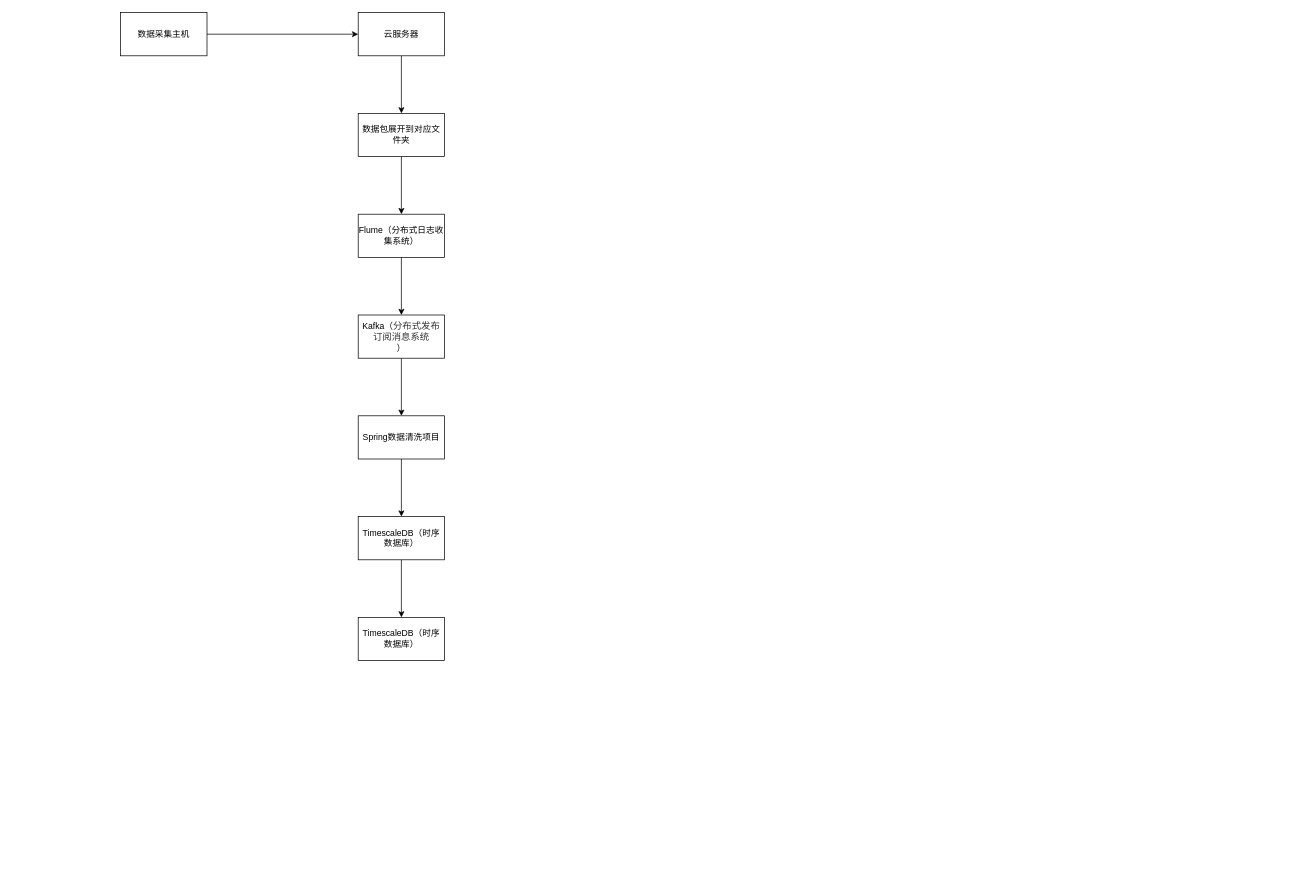
Earlier version of the draw.io diagram page "技术图" (2 of 4) of microgrid.drawio (Standstill/DrawIO). Source tidied: cells renumbered, new cells numbered last; positions are measured from the earlier drawing's top-left corner, leaving out a move shared by most shapes. Both pictures are drawn from the tidied source at 72%, with x=0, y=0 at pixel (120, 12).
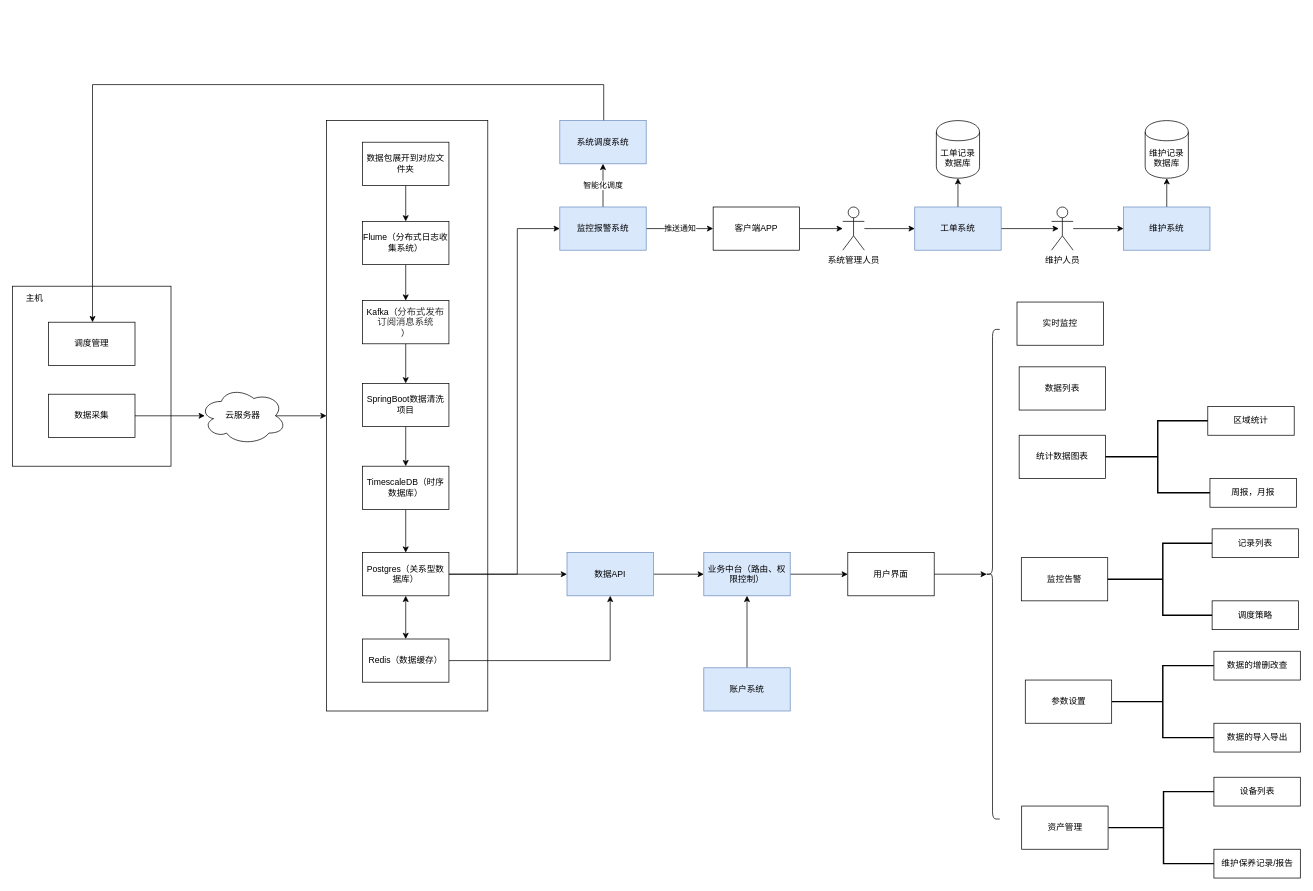
The same page after the edit.

Diff of the diagram source:
```diff
@@
+    <mxCell id="17" value="&lt;div&gt;&lt;br&gt;&lt;/div&gt;" style="rounded=0;whiteSpace=wrap;html=1;align=left;" parent="1" vertex="1">
+      <mxGeometry x="286" y="150" width="224" height="820" as="geometry" />
+    </mxCell>
+    <mxCell id="18" value="&lt;div&gt;&lt;span&gt;&amp;nbsp; &amp;nbsp; &amp;nbsp;主机&lt;/span&gt;&lt;/div&gt;&lt;br&gt;&lt;br&gt;&lt;br&gt;&lt;br&gt;&lt;br&gt;&lt;br&gt;&lt;br&gt;&lt;br&gt;&lt;br&gt;&lt;br&gt;&lt;br&gt;&lt;br&gt;&lt;br&gt;&lt;br&gt;&lt;div&gt;&lt;br&gt;&lt;/div&gt;" style="rounded=0;whiteSpace=wrap;html=1;align=left;" parent="1" vertex="1">
+      <mxGeometry x="-150" y="380" width="220" height="250" as="geometry" />
+    </mxCell>
-    <mxCell id="2" style="edgeStyle=orthogonalEdgeStyle;rounded=0;jettySize=auto;html=1;" parent="1" edge="1" source="3" target="5">
+    <mxCell id="2" style="edgeStyle=orthogonalEdgeStyle;rounded=0;jettySize=auto;html=1;entryX=0.058;entryY=0.5;entryDx=0;entryDy=0;entryPerimeter=0;" parent="1" edge="1" source="3" target="5">
       <mxGeometry relative="1" as="geometry" />
     </mxCell>
-    <mxCell id="3" value="数据采集主机" style="rounded=0;whiteSpace=wrap;html=1;" parent="1" vertex="1">
-      <mxGeometry width="120" height="60" as="geometry" />
+    <mxCell id="3" value="数据采集" style="rounded=0;whiteSpace=wrap;html=1;" parent="1" vertex="1">
+      <mxGeometry x="-100" y="530" width="120" height="60" as="geometry" />
     </mxCell>
-    <mxCell id="4" style="edgeStyle=orthogonalEdgeStyle;rounded=0;jettySize=auto;html=1;" parent="1" edge="1" source="5" target="7">
-      <mxGeometry relative="1" as="geometry" />
-    </mxCell>
-    <mxCell id="5" value="云服务器" style="rounded=0;whiteSpace=wrap;html=1;" parent="1" vertex="1">
-      <mxGeometry x="330" width="120" height="60" as="geometry" />
-    </mxCell>
@@
     <mxCell id="7" value="数据包展开到对应文件夹" style="rounded=0;whiteSpace=wrap;html=1;" parent="1" vertex="1">
-      <mxGeometry x="330" y="140" width="120" height="60" as="geometry" />
+      <mxGeometry x="336" y="180" width="120" height="60" as="geometry" />
     </mxCell>
@@
     <mxCell id="9" value="Flume（分布式日志收集系统）" style="rounded=0;whiteSpace=wrap;html=1;" parent="1" vertex="1">
-      <mxGeometry x="330" y="280" width="120" height="60" as="geometry" />
+      <mxGeometry x="336" y="290" width="120" height="60" as="geometry" />
     </mxCell>
-    <mxCell id="10" style="edgeStyle=orthogonalEdgeStyle;rounded=0;jettySize=auto;html=1;" parent="1" edge="1" source="11" target="13">
+    <mxCell id="10" style="edgeStyle=orthogonalEdgeStyle;rounded=0;jettySize=auto;html=1;exitX=0.5;exitY=1;exitDx=0;exitDy=0;" parent="1" edge="1" source="11" target="13">
       <mxGeometry relative="1" as="geometry" />
     </mxCell>
     <mxCell id="11" value="Kafka（&lt;span style=&quot;color: rgb(51 , 51 , 51) ; font-family: &amp;#34;arial&amp;#34; ; font-size: 13px ; background-color: rgb(255 , 255 , 255)&quot;&gt;分布式发布订阅消息系统&lt;/span&gt;&lt;br&gt;）" style="rounded=0;whiteSpace=wrap;html=1;" parent="1" vertex="1">
-      <mxGeometry x="330" y="420" width="120" height="60" as="geometry" />
+      <mxGeometry x="336" y="400" width="120" height="60" as="geometry" />
     </mxCell>
-    <mxCell id="12" style="edgeStyle=orthogonalEdgeStyle;rounded=0;jettySize=auto;html=1;" parent="1" edge="1" source="13" target="15">
+    <mxCell id="12" style="edgeStyle=orthogonalEdgeStyle;rounded=0;jettySize=auto;html=1;exitX=0.5;exitY=1;exitDx=0;exitDy=0;entryX=0.5;entryY=0;entryDx=0;entryDy=0;" parent="1" edge="1" source="13" target="15">
       <mxGeometry relative="1" as="geometry" />
     </mxCell>
-    <mxCell id="13" value="Spring数据清洗项目" style="rounded=0;whiteSpace=wrap;html=1;" parent="1" vertex="1">
-      <mxGeometry x="330" y="560" width="120" height="60" as="geometry" />
+    <mxCell id="13" value="SpringBoot数据清洗项目" style="rounded=0;whiteSpace=wrap;html=1;" parent="1" vertex="1">
+      <mxGeometry x="336" y="515" width="120" height="60" as="geometry" />
     </mxCell>
@@
     <mxCell id="15" value="TimescaleDB（时序数据库）" style="rounded=0;whiteSpace=wrap;html=1;" parent="1" vertex="1">
-      <mxGeometry x="330" y="700" width="120" height="60" as="geometry" />
+      <mxGeometry x="336" y="630" width="120" height="60" as="geometry" />
     </mxCell>
+    <mxCell id="19" style="edgeStyle=orthogonalEdgeStyle;rounded=0;jettySize=auto;html=1;" parent="1" edge="1" source="16" target="22">
+      <mxGeometry relative="1" as="geometry" />
+    </mxCell>
+    <mxCell id="20" style="edgeStyle=orthogonalEdgeStyle;rounded=0;jettySize=auto;html=1;exitX=1;exitY=0.5;exitDx=0;exitDy=0;entryX=0;entryY=0.5;entryDx=0;entryDy=0;" parent="1" edge="1" source="16" target="33">
+      <mxGeometry relative="1" as="geometry">
+        <Array as="points">
+          <mxPoint x="551" y="780" />
+          <mxPoint x="551" y="300" />
+        </Array>
+      </mxGeometry>
+    </mxCell>
-    <mxCell id="16" value="TimescaleDB（时序数据库）" style="rounded=0;whiteSpace=wrap;html=1;" parent="1" vertex="1">
-      <mxGeometry x="330" y="840" width="120" height="60" as="geometry" />
+    <mxCell id="16" value="Postgres（关系型数据库）" style="rounded=0;whiteSpace=wrap;html=1;" parent="1" vertex="1">
+      <mxGeometry x="336" y="750" width="120" height="60" as="geometry" />
     </mxCell>
+    <mxCell id="21" style="edgeStyle=orthogonalEdgeStyle;rounded=0;jettySize=auto;html=1;exitX=1;exitY=0.5;exitDx=0;exitDy=0;" parent="1" edge="1" source="22" target="27">
+      <mxGeometry relative="1" as="geometry" />
+    </mxCell>
+    <mxCell id="22" value="数据API" style="rounded=0;whiteSpace=wrap;html=1;fillColor=#dae8fc;strokeColor=#6c8ebf;" parent="1" vertex="1">
+      <mxGeometry x="620" y="750" width="120" height="60" as="geometry" />
+    </mxCell>
+    <mxCell id="23" style="edgeStyle=orthogonalEdgeStyle;rounded=0;jettySize=auto;html=1;exitX=1;exitY=0.5;exitDx=0;exitDy=0;entryX=0.5;entryY=1;entryDx=0;entryDy=0;" parent="1" edge="1" source="24" target="22">
+      <mxGeometry relative="1" as="geometry" />
+    </mxCell>
+    <mxCell id="24" value="Redis（数据缓存）" style="rounded=0;whiteSpace=wrap;html=1;" parent="1" vertex="1">
+      <mxGeometry x="336" y="870" width="120" height="60" as="geometry" />
+    </mxCell>
+    <mxCell id="25" style="edgeStyle=orthogonalEdgeStyle;rounded=0;jettySize=auto;html=1;exitX=0.875;exitY=0.5;exitDx=0;exitDy=0;exitPerimeter=0;" parent="1" edge="1" source="5" target="17">
+      <mxGeometry relative="1" as="geometry" />
+    </mxCell>
+    <mxCell id="5" value="云服务器" style="ellipse;shape=cloud;whiteSpace=wrap;html=1;" parent="1" vertex="1">
+      <mxGeometry x="110" y="520" width="120" height="80" as="geometry" />
+    </mxCell>
+    <mxCell id="26" style="edgeStyle=orthogonalEdgeStyle;rounded=0;jettySize=auto;html=1;" parent="1" edge="1" source="27" target="29">
+      <mxGeometry relative="1" as="geometry" />
+    </mxCell>
+    <mxCell id="27" value="业务中台（路由、权限控制）" style="rounded=0;whiteSpace=wrap;html=1;fillColor=#dae8fc;strokeColor=#6c8ebf;" parent="1" vertex="1">
+      <mxGeometry x="810" y="750" width="120" height="60" as="geometry" />
+    </mxCell>
+    <mxCell id="28" style="edgeStyle=orthogonalEdgeStyle;rounded=0;jettySize=auto;html=1;exitX=1;exitY=0.5;exitDx=0;exitDy=0;entryX=0.1;entryY=0.5;entryDx=0;entryDy=0;entryPerimeter=0;" parent="1" edge="1" source="29" target="68">
+      <mxGeometry relative="1" as="geometry" />
+    </mxCell>
+    <mxCell id="29" value="用户界面" style="rounded=0;whiteSpace=wrap;html=1;" parent="1" vertex="1">
+      <mxGeometry x="1010" y="750" width="120" height="60" as="geometry" />
+    </mxCell>
+    <mxCell id="30" style="endArrow=classic;startArrow=classic;html=1;entryX=0.5;entryY=1;entryDx=0;entryDy=0;exitX=0.5;exitY=0;exitDx=0;exitDy=0;" parent="1" edge="1" source="24" target="16">
+      <mxGeometry relative="1" as="geometry" />
+    </mxCell>
+    <mxCell id="31" value="推送通知" style="edgeStyle=orthogonalEdgeStyle;rounded=0;jettySize=auto;html=1;entryX=0;entryY=0.5;entryDx=0;entryDy=0;" parent="1" edge="1" source="33" target="37">
+      <mxGeometry relative="1" as="geometry" />
+    </mxCell>
+    <mxCell id="32" value="智能化调度" style="edgeStyle=orthogonalEdgeStyle;rounded=0;jettySize=auto;html=1;exitX=0.5;exitY=0;exitDx=0;exitDy=0;entryX=0.5;entryY=1;entryDx=0;entryDy=0;" parent="1" edge="1" source="33" target="35">
+      <mxGeometry relative="1" as="geometry" />
+    </mxCell>
+    <mxCell id="33" value="监控报警系统" style="rounded=0;whiteSpace=wrap;html=1;fillColor=#dae8fc;strokeColor=#6c8ebf;" parent="1" vertex="1">
+      <mxGeometry x="610" y="270" width="120" height="60" as="geometry" />
+    </mxCell>
+    <mxCell id="34" style="edgeStyle=orthogonalEdgeStyle;rounded=0;jettySize=auto;html=1;exitX=0.5;exitY=0;exitDx=0;exitDy=0;" parent="1" edge="1" source="35" target="49">
+      <mxGeometry relative="1" as="geometry">
+        <Array as="points">
+          <mxPoint x="671" y="100" />
+          <mxPoint x="-39" y="100" />
+        </Array>
+      </mxGeometry>
+    </mxCell>
+    <mxCell id="35" value="系统调度系统" style="rounded=0;whiteSpace=wrap;html=1;fillColor=#dae8fc;strokeColor=#6c8ebf;" parent="1" vertex="1">
+      <mxGeometry x="610" y="150" width="120" height="60" as="geometry" />
+    </mxCell>
+    <mxCell id="36" style="edgeStyle=orthogonalEdgeStyle;rounded=0;jettySize=auto;html=1;exitX=1;exitY=0.5;exitDx=0;exitDy=0;" parent="1" edge="1" source="37" target="39">
+      <mxGeometry relative="1" as="geometry" />
+    </mxCell>
+    <mxCell id="37" value="客户端APP" style="rounded=0;whiteSpace=wrap;html=1;" parent="1" vertex="1">
+      <mxGeometry x="823" y="270" width="120" height="60" as="geometry" />
+    </mxCell>
+    <mxCell id="38" style="edgeStyle=orthogonalEdgeStyle;rounded=0;jettySize=auto;html=1;" parent="1" edge="1" source="39" target="42">
+      <mxGeometry relative="1" as="geometry" />
+    </mxCell>
+    <mxCell id="39" value="系统管理人员" style="shape=umlActor;verticalLabelPosition=bottom;labelBackgroundColor=#ffffff;verticalAlign=top;html=1;outlineConnect=0;" parent="1" vertex="1">
+      <mxGeometry x="1003" y="270" width="30" height="60" as="geometry" />
+    </mxCell>
+    <mxCell id="40" style="edgeStyle=orthogonalEdgeStyle;rounded=0;jettySize=auto;html=1;" parent="1" edge="1" source="42">
+      <mxGeometry relative="1" as="geometry">
+        <mxPoint x="1303" y="300" as="targetPoint" />
+      </mxGeometry>
+    </mxCell>
+    <mxCell id="41" style="edgeStyle=orthogonalEdgeStyle;rounded=0;jettySize=auto;html=1;exitX=0.5;exitY=0;exitDx=0;exitDy=0;entryX=0.5;entryY=1;entryDx=0;entryDy=0;" parent="1" edge="1" source="42" target="48">
+      <mxGeometry relative="1" as="geometry" />
+    </mxCell>
+    <mxCell id="42" value="&lt;span style=&quot;white-space: normal&quot;&gt;工单系统&lt;/span&gt;" style="rounded=0;whiteSpace=wrap;html=1;fillColor=#dae8fc;strokeColor=#6c8ebf;" parent="1" vertex="1">
+      <mxGeometry x="1103" y="270" width="120" height="60" as="geometry" />
+    </mxCell>
+    <mxCell id="43" style="edgeStyle=orthogonalEdgeStyle;rounded=0;jettySize=auto;html=1;" parent="1" edge="1" source="44" target="46">
+      <mxGeometry relative="1" as="geometry" />
+    </mxCell>
+    <mxCell id="44" value="维护人员" style="shape=umlActor;verticalLabelPosition=bottom;labelBackgroundColor=#ffffff;verticalAlign=top;html=1;outlineConnect=0;" parent="1" vertex="1">
+      <mxGeometry x="1293" y="270" width="30" height="60" as="geometry" />
+    </mxCell>
+    <mxCell id="45" style="edgeStyle=orthogonalEdgeStyle;rounded=0;jettySize=auto;html=1;" parent="1" edge="1" source="46" target="47">
+      <mxGeometry relative="1" as="geometry" />
+    </mxCell>
+    <mxCell id="46" value="维护系统" style="rounded=0;whiteSpace=wrap;html=1;fillColor=#dae8fc;strokeColor=#6c8ebf;" parent="1" vertex="1">
+      <mxGeometry x="1393" y="270" width="120" height="60" as="geometry" />
+    </mxCell>
+    <mxCell id="47" value="&lt;span style=&quot;white-space: normal&quot;&gt;维护记录数据库&lt;/span&gt;" style="shape=cylinder;whiteSpace=wrap;html=1;boundedLbl=1;backgroundOutline=1;" parent="1" vertex="1">
+      <mxGeometry x="1423" y="150" width="60" height="80" as="geometry" />
+    </mxCell>
+    <mxCell id="48" value="&lt;span style=&quot;white-space: normal&quot;&gt;工单记录数据库&lt;/span&gt;" style="shape=cylinder;whiteSpace=wrap;html=1;boundedLbl=1;backgroundOutline=1;" parent="1" vertex="1">
+      <mxGeometry x="1133" y="150" width="60" height="80" as="geometry" />
+    </mxCell>
+    <mxCell id="49" value="&lt;span style=&quot;white-space: normal&quot;&gt;调度管理&lt;/span&gt;" style="rounded=0;whiteSpace=wrap;html=1;" parent="1" vertex="1">
+      <mxGeometry x="-100" y="430" width="120" height="60" as="geometry" />
+    </mxCell>
+    <mxCell id="50" value="实时监控" style="rounded=0;whiteSpace=wrap;html=1;" parent="1" vertex="1">
+      <mxGeometry x="1245" y="402" width="120" height="60" as="geometry" />
+    </mxCell>
+    <mxCell id="51" value="数据列表" style="rounded=0;whiteSpace=wrap;html=1;" parent="1" vertex="1">
+      <mxGeometry x="1248" y="492" width="120" height="60" as="geometry" />
+    </mxCell>
+    <mxCell id="52" style="strokeWidth=2;html=1;shape=mxgraph.flowchart.annotation_2;align=left;labelPosition=right;rotation=0;" parent="1" vertex="1">
+      <mxGeometry x="1376.5" y="907" width="142" height="100" as="geometry" />
+    </mxCell>
+    <mxCell id="53" value="数据的增删改查" style="rounded=0;whiteSpace=wrap;html=1;" parent="1" vertex="1">
+      <mxGeometry x="1518.5" y="887" width="120" height="40" as="geometry" />
+    </mxCell>
+    <mxCell id="54" value="数据的导入导出" style="rounded=0;whiteSpace=wrap;html=1;" parent="1" vertex="1">
+      <mxGeometry x="1518.5" y="987" width="120" height="40" as="geometry" />
+    </mxCell>
+    <mxCell id="55" value="参数设置" style="rounded=0;whiteSpace=wrap;html=1;" parent="1" vertex="1">
+      <mxGeometry x="1256.5" y="927" width="120" height="60" as="geometry" />
+    </mxCell>
+    <mxCell id="56" value="统计数据图表" style="rounded=0;whiteSpace=wrap;html=1;" parent="1" vertex="1">
+      <mxGeometry x="1248" y="587" width="120" height="60" as="geometry" />
+    </mxCell>
+    <mxCell id="57" style="strokeWidth=2;html=1;shape=mxgraph.flowchart.annotation_2;align=left;labelPosition=right;" parent="1" vertex="1">
+      <mxGeometry x="1368" y="567" width="145" height="100" as="geometry" />
+    </mxCell>
+    <mxCell id="58" value="区域统计" style="rounded=0;whiteSpace=wrap;html=1;" parent="1" vertex="1">
+      <mxGeometry x="1510" y="547" width="120" height="40" as="geometry" />
+    </mxCell>
+    <mxCell id="59" value="周报，月报" style="rounded=0;whiteSpace=wrap;html=1;" parent="1" vertex="1">
+      <mxGeometry x="1513" y="647" width="120" height="40" as="geometry" />
+    </mxCell>
+    <mxCell id="60" value="监控告警" style="rounded=0;whiteSpace=wrap;html=1;" parent="1" vertex="1">
+      <mxGeometry x="1251" y="757" width="120" height="60" as="geometry" />
+    </mxCell>
+    <mxCell id="61" style="strokeWidth=2;html=1;shape=mxgraph.flowchart.annotation_2;align=left;labelPosition=right;" parent="1" vertex="1">
+      <mxGeometry x="1371" y="737" width="153" height="100" as="geometry" />
+    </mxCell>
+    <mxCell id="62" value="记录列表" style="rounded=0;whiteSpace=wrap;html=1;" parent="1" vertex="1">
+      <mxGeometry x="1516" y="717" width="120" height="40" as="geometry" />
+    </mxCell>
+    <mxCell id="63" value="调度策略" style="rounded=0;whiteSpace=wrap;html=1;" parent="1" vertex="1">
+      <mxGeometry x="1516" y="817" width="120" height="40" as="geometry" />
+    </mxCell>
+    <mxCell id="64" value="资产管理" style="rounded=0;whiteSpace=wrap;html=1;" parent="1" vertex="1">
+      <mxGeometry x="1251.5" y="1102" width="120" height="60" as="geometry" />
+    </mxCell>
+    <mxCell id="65" style="strokeWidth=2;html=1;shape=mxgraph.flowchart.annotation_2;align=left;labelPosition=right;rotation=0;" parent="1" vertex="1">
+      <mxGeometry x="1372" y="1082" width="153" height="100" as="geometry" />
+    </mxCell>
+    <mxCell id="66" value="设备列表" style="rounded=0;whiteSpace=wrap;html=1;" parent="1" vertex="1">
+      <mxGeometry x="1518.5" y="1062" width="120" height="40" as="geometry" />
+    </mxCell>
+    <mxCell id="67" value="维护保养记录/报告" style="rounded=0;whiteSpace=wrap;html=1;" parent="1" vertex="1">
+      <mxGeometry x="1518.5" y="1162" width="120" height="40" as="geometry" />
+    </mxCell>
+    <mxCell id="68" style="shape=curlyBracket;whiteSpace=wrap;html=1;rounded=1;" parent="1" vertex="1">
+      <mxGeometry x="1201" y="440" width="20" height="680" as="geometry" />
+    </mxCell>
+    <mxCell id="69" style="edgeStyle=orthogonalEdgeStyle;rounded=0;jettySize=auto;html=1;exitX=0.5;exitY=0;exitDx=0;exitDy=0;entryX=0.5;entryY=1;entryDx=0;entryDy=0;" parent="1" edge="1" source="70" target="27">
+      <mxGeometry relative="1" as="geometry" />
+    </mxCell>
+    <mxCell id="70" value="账户系统" style="rounded=0;whiteSpace=wrap;html=1;fillColor=#dae8fc;strokeColor=#6c8ebf;" parent="1" vertex="1">
+      <mxGeometry x="810" y="910" width="120" height="60" as="geometry" />
+    </mxCell>
```
